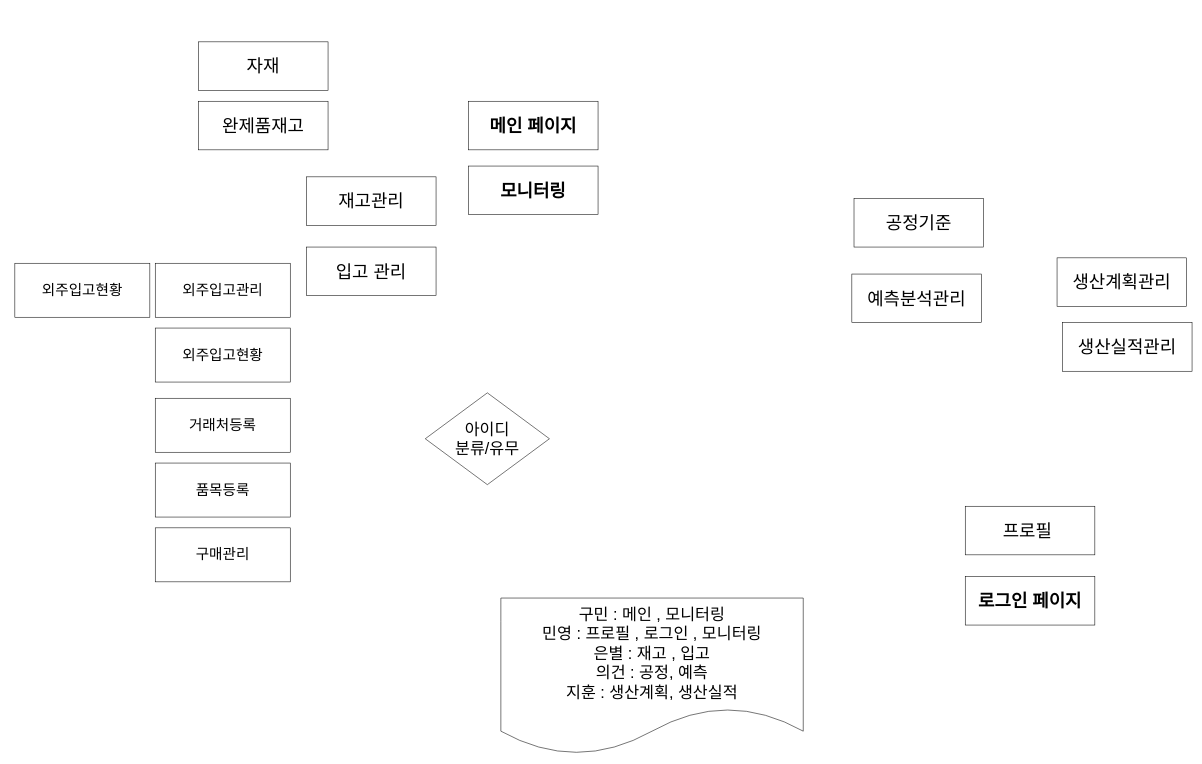
JRiho/alphaknow-project1 keeps this draw.io diagram as 은별.drawio. Above is the earlier version. Source tidied: cells renumbered, new cells numbered last; positions are measured from the earlier drawing's top-left corner, leaving out a move shared by most shapes. Both pictures are drawn from the tidied source at 54%, with x=0, y=0 at pixel (15, 42).
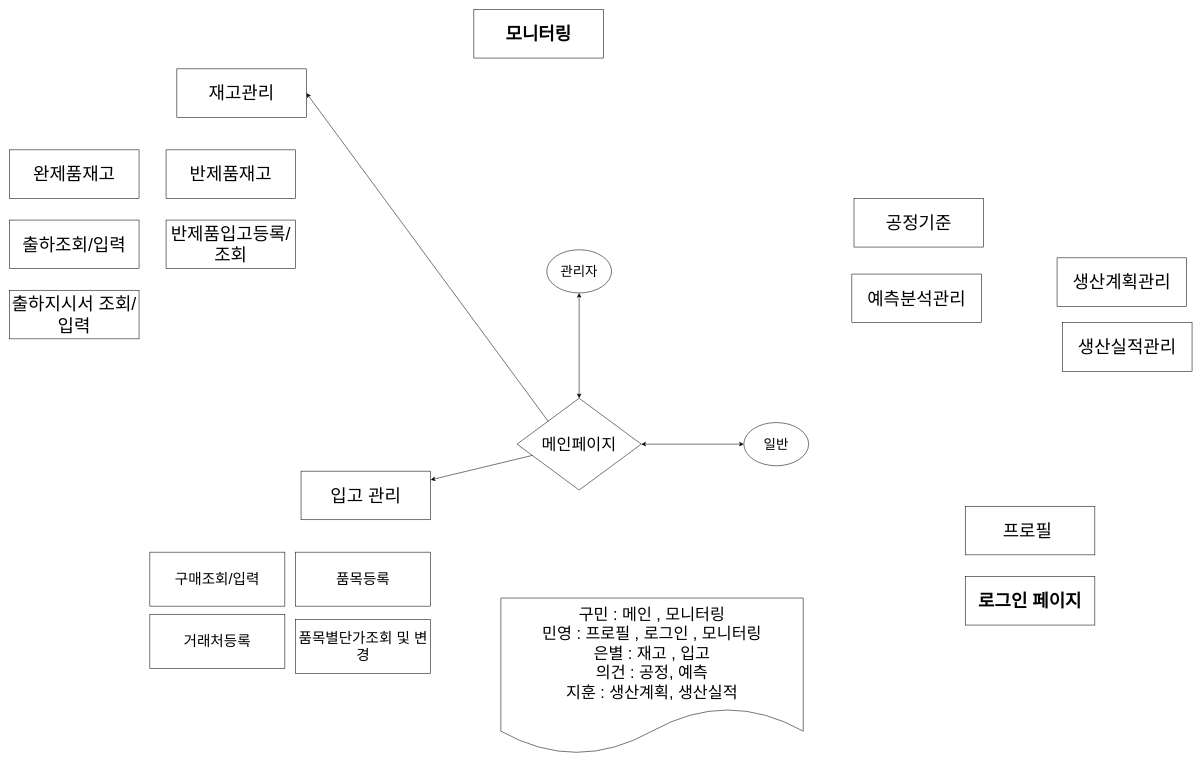
The same diagram, later.

Commit message:
은별.drawio 업데이트

The edit, as a diff of the source:
```diff
@@
-    <mxCell id="2" value="&lt;font style=&quot;font-size: 33px;&quot;&gt;&lt;b style=&quot;font-size: 33px;&quot;&gt;메인 페이지&lt;/b&gt;&lt;/font&gt;" style="rounded=0;whiteSpace=wrap;html=1;fontSize=33;" parent="1" vertex="1">
-      <mxGeometry x="840" y="110" width="240" height="90" as="geometry" />
-    </mxCell>
@@
-    <mxCell id="4" value="아이디&lt;br&gt;분류/유무" style="rhombus;whiteSpace=wrap;html=1;fontSize=30;" parent="1" vertex="1">
-      <mxGeometry x="760" y="650" width="230" height="170" as="geometry" />
+    <mxCell id="4" value="메인페이지" style="rhombus;whiteSpace=wrap;html=1;fontSize=30;" parent="1" vertex="1">
+      <mxGeometry x="930" y="660" width="230" height="170" as="geometry" />
     </mxCell>
@@
     <mxCell id="6" value="입고 관리" style="rounded=0;whiteSpace=wrap;html=1;fontSize=33;" parent="1" vertex="1">
-      <mxGeometry x="540" y="380" width="240" height="90" as="geometry" />
+      <mxGeometry x="530" y="795" width="240" height="90" as="geometry" />
     </mxCell>
@@
     <mxCell id="8" value="재고관리" style="rounded=0;whiteSpace=wrap;html=1;fontSize=33;" parent="1" vertex="1">
-      <mxGeometry x="540" y="250" width="240" height="90" as="geometry" />
+      <mxGeometry x="300" y="50" width="240" height="90" as="geometry" />
     </mxCell>
@@
     <mxCell id="10" value="&lt;b&gt;모니터링&lt;/b&gt;" style="rounded=0;whiteSpace=wrap;html=1;fontSize=33;" parent="1" vertex="1">
-      <mxGeometry x="840" y="230" width="240" height="90" as="geometry" />
+      <mxGeometry x="850" y="-60" width="240" height="90" as="geometry" />
     </mxCell>
@@
-    <mxCell id="14" value="&lt;span style=&quot;font-size: 27px;&quot;&gt;외주입고관리&lt;/span&gt;" style="rounded=0;whiteSpace=wrap;html=1;" parent="1" vertex="1">
-      <mxGeometry x="260" y="410" width="250" height="100" as="geometry" />
-    </mxCell>
-    <mxCell id="15" value="&lt;span style=&quot;font-size: 27px;&quot;&gt;외주입고현황&lt;/span&gt;" style="rounded=0;whiteSpace=wrap;html=1;" parent="1" vertex="1">
-      <mxGeometry x="260" y="530" width="250" height="100" as="geometry" />
-    </mxCell>
     <mxCell id="16" value="완제품재고" style="rounded=0;whiteSpace=wrap;html=1;fontSize=33;" parent="1" vertex="1">
-      <mxGeometry x="340" y="110" width="240" height="90" as="geometry" />
+      <mxGeometry x="-10" y="200" width="240" height="90" as="geometry" />
     </mxCell>
-    <mxCell id="17" value="자재" style="rounded=0;whiteSpace=wrap;html=1;fontSize=33;" parent="1" vertex="1">
-      <mxGeometry x="340" width="240" height="90" as="geometry" />
+    <mxCell id="17" value="반제품재고" style="rounded=0;whiteSpace=wrap;html=1;fontSize=33;" parent="1" vertex="1">
+      <mxGeometry x="280" y="200" width="240" height="90" as="geometry" />
     </mxCell>
     <mxCell id="18" value="&lt;span style=&quot;font-size: 27px;&quot;&gt;거래처등록&lt;/span&gt;" style="rounded=0;whiteSpace=wrap;html=1;" parent="1" vertex="1">
-      <mxGeometry x="260" y="660" width="250" height="100" as="geometry" />
+      <mxGeometry x="250" y="1060" width="250" height="100" as="geometry" />
     </mxCell>
     <mxCell id="19" value="&lt;span style=&quot;font-size: 27px;&quot;&gt;품목등록&lt;/span&gt;" style="rounded=0;whiteSpace=wrap;html=1;" parent="1" vertex="1">
-      <mxGeometry x="260" y="780" width="250" height="100" as="geometry" />
+      <mxGeometry x="520" y="945" width="250" height="100" as="geometry" />
     </mxCell>
-    <mxCell id="20" value="&lt;span style=&quot;font-size: 27px;&quot;&gt;구매관리&lt;/span&gt;" style="rounded=0;whiteSpace=wrap;html=1;" parent="1" vertex="1">
-      <mxGeometry x="260" y="900" width="250" height="100" as="geometry" />
-    </mxCell>
-    <mxCell id="21" value="&lt;span style=&quot;font-size: 27px;&quot;&gt;외주입고현황&lt;/span&gt;" style="rounded=0;whiteSpace=wrap;html=1;" parent="1" vertex="1">
-      <mxGeometry y="410" width="250" height="100" as="geometry" />
-    </mxCell>
+    <mxCell id="22" value="&lt;span style=&quot;font-size: 27px;&quot;&gt;품목별단가조회 및 변경&lt;/span&gt;" style="rounded=0;whiteSpace=wrap;html=1;" parent="1" vertex="1">
+      <mxGeometry x="520" y="1070" width="250" height="100" as="geometry" />
+    </mxCell>
+    <mxCell id="23" value="출하조회/입력" style="rounded=0;whiteSpace=wrap;html=1;fontSize=33;" parent="1" vertex="1">
+      <mxGeometry x="-10" y="330" width="240" height="90" as="geometry" />
+    </mxCell>
+    <mxCell id="24" value="&lt;span style=&quot;font-size: 27px;&quot;&gt;구매조회/입력&lt;/span&gt;" style="rounded=0;whiteSpace=wrap;html=1;" parent="1" vertex="1">
+      <mxGeometry x="250" y="945" width="250" height="100" as="geometry" />
+    </mxCell>
+    <mxCell id="25" value="출하지시서 조회/입력" style="rounded=0;whiteSpace=wrap;html=1;fontSize=33;" parent="1" vertex="1">
+      <mxGeometry x="-10" y="460" width="240" height="90" as="geometry" />
+    </mxCell>
+    <mxCell id="26" value="반제품입고등록/조회" style="rounded=0;whiteSpace=wrap;html=1;fontSize=33;" parent="1" vertex="1">
+      <mxGeometry x="280" y="330" width="240" height="90" as="geometry" />
+    </mxCell>
+    <mxCell id="27" value="&lt;font style=&quot;font-size: 25px;&quot;&gt;관리자&lt;/font&gt;" style="ellipse;whiteSpace=wrap;html=1;" parent="1" vertex="1">
+      <mxGeometry x="985" y="385" width="120" height="80" as="geometry" />
+    </mxCell>
+    <mxCell id="28" value="&lt;span style=&quot;font-size: 25px;&quot;&gt;일반&lt;/span&gt;" style="ellipse;whiteSpace=wrap;html=1;" parent="1" vertex="1">
+      <mxGeometry x="1350" y="705" width="120" height="80" as="geometry" />
+    </mxCell>
+    <mxCell id="29" style="endArrow=classic;startArrow=classic;html=1;rounded=0;exitX=0.5;exitY=0;exitDx=0;exitDy=0;" parent="1" edge="1" source="4" target="27">
+      <mxGeometry relative="1" as="geometry" />
+    </mxCell>
+    <mxCell id="30" style="endArrow=classic;startArrow=classic;html=1;rounded=0;exitX=1;exitY=0.5;exitDx=0;exitDy=0;" parent="1" edge="1" source="4" target="28">
+      <mxGeometry relative="1" as="geometry" />
+    </mxCell>
+    <mxCell id="31" style="endArrow=classic;html=1;rounded=0;" parent="1" edge="1" source="4" target="6">
+      <mxGeometry relative="1" as="geometry" />
+    </mxCell>
+    <mxCell id="32" style="endArrow=classic;html=1;rounded=0;exitX=0;exitY=0;exitDx=0;exitDy=0;entryX=1;entryY=0.5;entryDx=0;entryDy=0;" parent="1" edge="1" source="4" target="8">
+      <mxGeometry relative="1" as="geometry" />
+    </mxCell>
```
